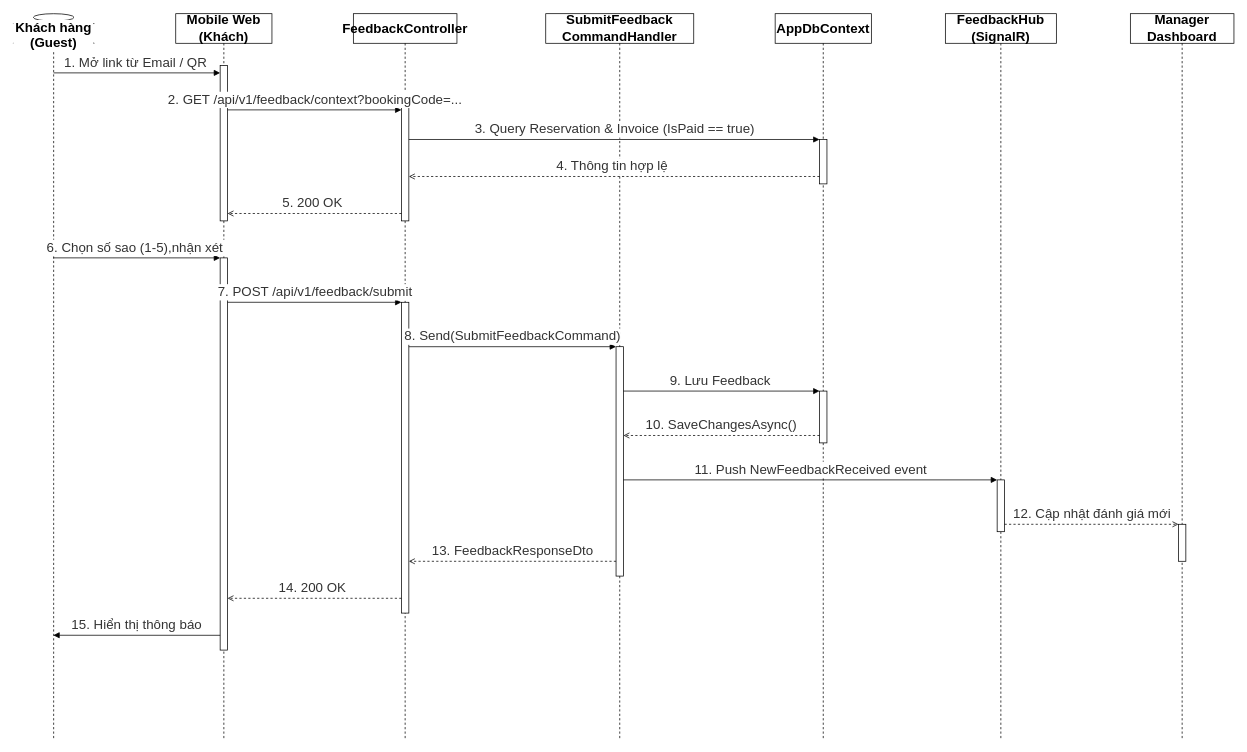
AndrewQng/VinDining keeps this draw.io diagram as docs/phase1/drawio/sd12_guest_feedback.drawio. Above is the earlier version. Source tidied: cells renumbered, new cells numbered last; positions are measured from the earlier drawing's top-left corner, leaving out a move shared by most shapes. Both pictures are drawn from the tidied source at 74%, with x=0, y=0 at pixel (13, 13).
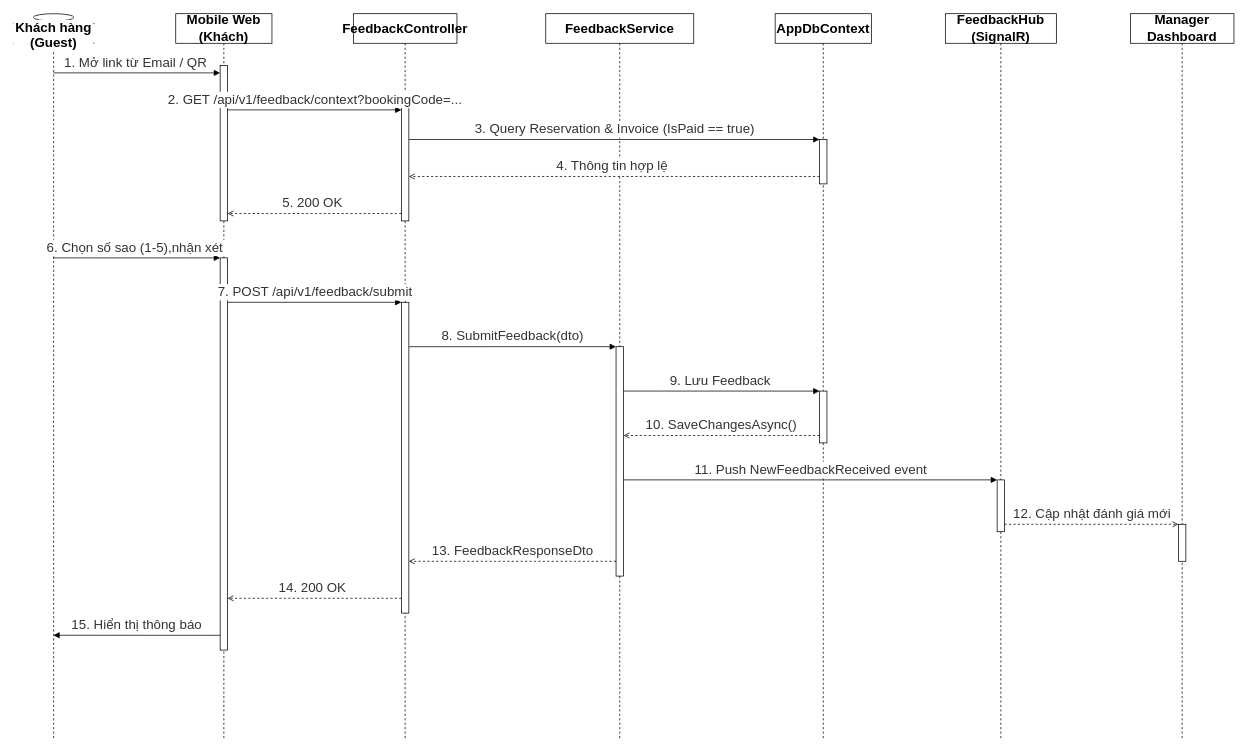
The same page after the edit.

The change refers to these unchanged cells:
```xml
<mxCell id="8" style="html=1;points=[];perimeter=orthogonalPerimeter;outlineConnect=0;fontSize=18;" parent="6" vertex="1">
  <mxGeometry x="65" y="390" width="10" height="420" as="geometry" />
</mxCell>
<mxCell id="10" style="html=1;points=[];perimeter=orthogonalPerimeter;outlineConnect=0;fontSize=18;" parent="9" vertex="1">
  <mxGeometry x="95" y="450" width="10" height="310" as="geometry" />
</mxCell>
```

The edit, as a diff of the source:
```diff
@@
-    <mxCell id="9" value="SubmitFeedback&lt;br&gt;CommandHandler" style="shape=umlLifeline;perimeter=lifelinePerimeter;whiteSpace=wrap;html=1;size=40;fontSize=18;fontStyle=1;" parent="1" vertex="1">
+    <mxCell id="9" value="FeedbackService" style="shape=umlLifeline;perimeter=lifelinePerimeter;whiteSpace=wrap;html=1;size=40;fontSize=18;fontStyle=1;" parent="1" vertex="1">
       <mxGeometry x="720" width="200" height="980" as="geometry" />
     </mxCell>
@@
-    <mxCell id="25" value="8. Send(SubmitFeedbackCommand)" style="html=1;verticalAlign=bottom;endArrow=block;curved=0;rounded=0;fontColor=#333333;exitX=1;exitY=0.1429;entryX=0;entryY=0.0000;fontSize=18;" parent="1" edge="1" source="8" target="10">
+    <mxCell id="25" value="8. SubmitFeedback(dto)" style="html=1;verticalAlign=bottom;endArrow=block;curved=0;rounded=0;fontColor=#333333;exitX=1;exitY=0.1429;entryX=0;entryY=0.0000;fontSize=18;" parent="1" edge="1" source="8" target="10">
       <mxGeometry relative="1" as="geometry" />
     </mxCell>
```
